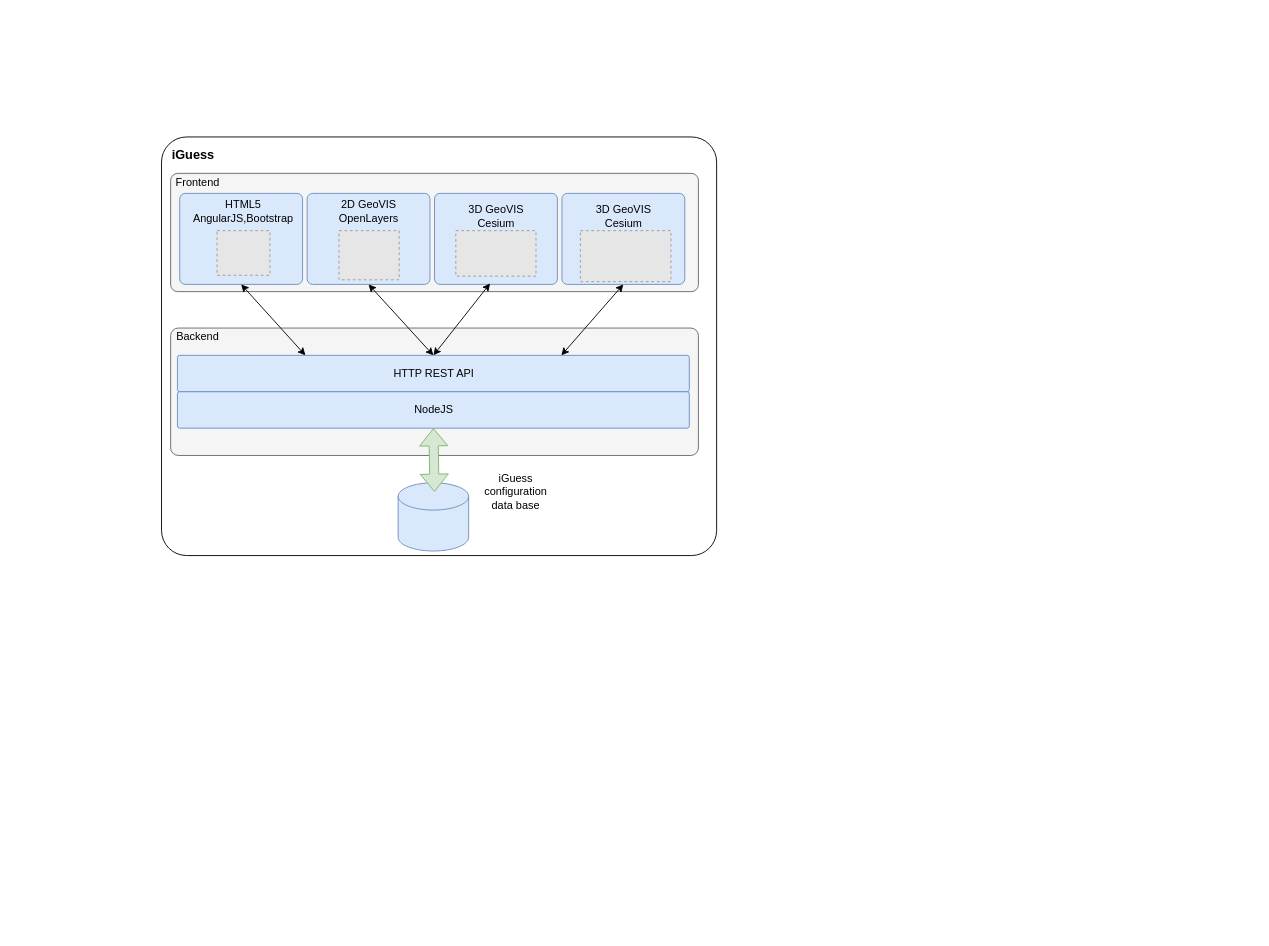
Before: IP_Meeting.drawio in christianbraun/secure_workflow, a draw.io diagram. Source tidied: cells renumbered, new cells numbered last; positions are measured from the earlier drawing's top-left corner, leaving out a move shared by most shapes. Both pictures are drawn from the tidied source at 91%, with x=0, y=0 at pixel (161, 136). Pictures stored in the file or linked from it are replaced by grey dashed boxes.
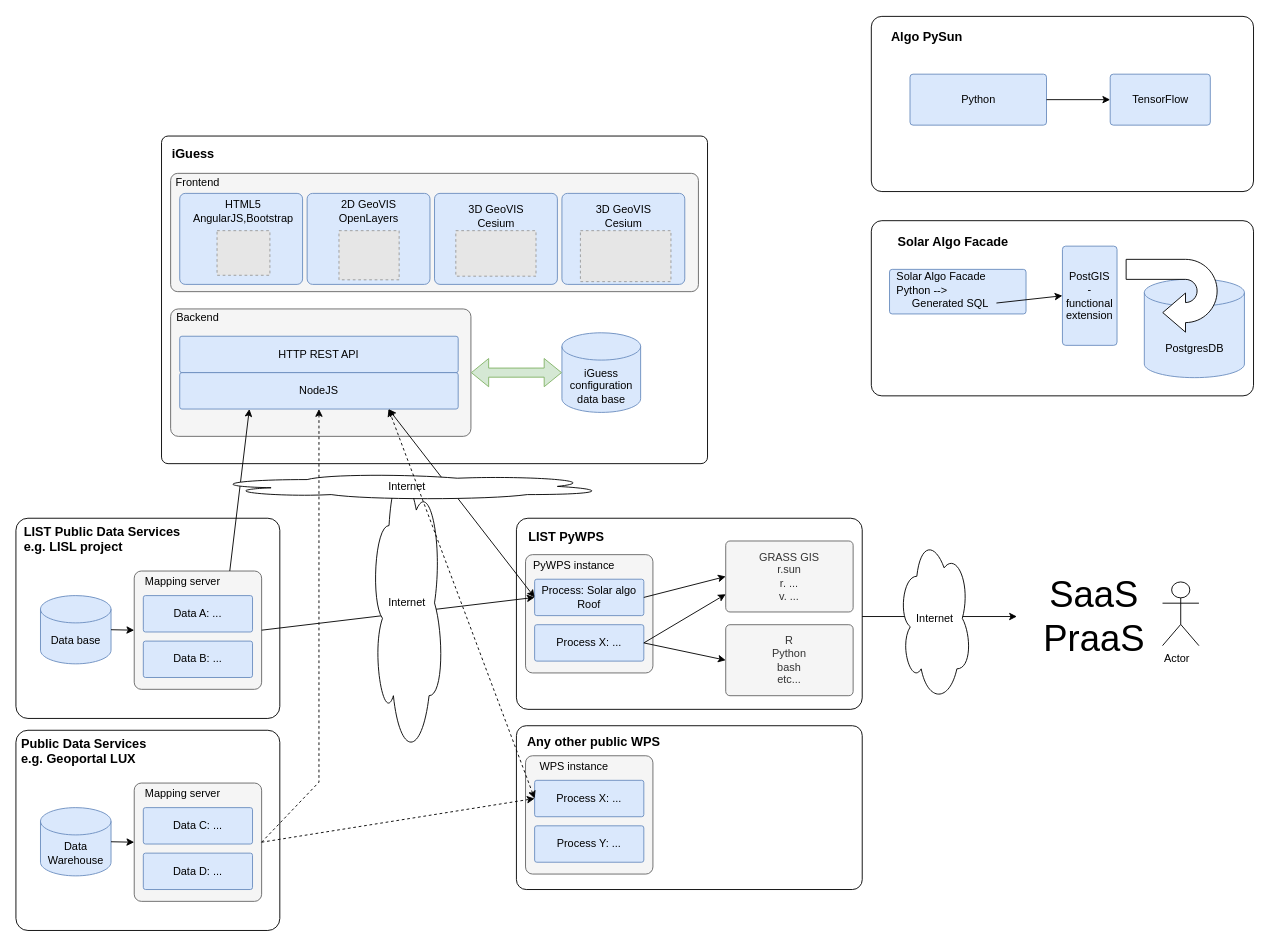
After the change.

Unchanged cells that the change refers to:
```xml
<mxCell id="6" style="rounded=1;whiteSpace=wrap;html=1;align=center;arcSize=6;fillColor=#dae8fc;strokeColor=#6c8ebf;" parent="1" vertex="1">
  <mxGeometry x="20" y="62" width="135" height="100" as="geometry" />
</mxCell>
<mxCell id="9" style="rounded=1;whiteSpace=wrap;html=1;align=center;arcSize=6;fillColor=#dae8fc;strokeColor=#6c8ebf;" parent="1" vertex="1">
  <mxGeometry x="160" y="62" width="135" height="100" as="geometry" />
</mxCell>
<mxCell id="12" style="rounded=1;whiteSpace=wrap;html=1;align=center;arcSize=6;fillColor=#dae8fc;strokeColor=#6c8ebf;" parent="1" vertex="1">
  <mxGeometry x="300" y="62" width="135" height="100" as="geometry" />
</mxCell>
<mxCell id="15" style="rounded=1;whiteSpace=wrap;html=1;align=center;arcSize=6;fillColor=#dae8fc;strokeColor=#6c8ebf;" parent="1" vertex="1">
  <mxGeometry x="440" y="62" width="135" height="100" as="geometry" />
</mxCell>
```

The edit, as a diff of the source:
```diff
@@
+    <mxCell id="29" style="rounded=1;whiteSpace=wrap;html=1;align=center;arcSize=6;" parent="1" vertex="1">
+      <mxGeometry x="780" y="92" width="420" height="192.5" as="geometry" />
+    </mxCell>
+    <mxCell id="30" style="rounded=1;whiteSpace=wrap;html=1;align=center;arcSize=6;" parent="1" vertex="1">
+      <mxGeometry x="390" y="419" width="380" height="210" as="geometry" />
+    </mxCell>
-    <mxCell id="2" style="rounded=1;whiteSpace=wrap;html=1;align=center;arcSize=6;" parent="1" vertex="1">
-      <mxGeometry width="610" height="460" as="geometry" />
+    <mxCell id="2" style="rounded=1;whiteSpace=wrap;html=1;align=center;arcSize=2;" parent="1" vertex="1">
+      <mxGeometry y="-1" width="600" height="360" as="geometry" />
     </mxCell>
     <mxCell id="3" value="iGuess" style="text;html=1;strokeColor=none;fillColor=none;align=center;verticalAlign=middle;whiteSpace=wrap;rounded=0;fontStyle=1;fontSize=14;" parent="1" vertex="1">
-      <mxGeometry x="10" y="10" width="50" height="20" as="geometry" />
+      <mxGeometry x="10" y="9" width="50" height="20" as="geometry" />
     </mxCell>
@@
     <mxCell id="18" style="rounded=1;whiteSpace=wrap;html=1;align=center;arcSize=6;fillColor=#f5f5f5;strokeColor=#666666;fontColor=#333333;" parent="1" vertex="1">
-      <mxGeometry x="10" y="210" width="580" height="140" as="geometry" />
+      <mxGeometry x="10" y="189" width="330" height="140" as="geometry" />
     </mxCell>
     <mxCell id="19" value="Backend" style="text;html=1;strokeColor=none;fillColor=none;align=center;verticalAlign=middle;whiteSpace=wrap;rounded=0;fontSize=12;fontStyle=0;" parent="1" vertex="1">
-      <mxGeometry x="10" y="210" width="60" height="20" as="geometry" />
+      <mxGeometry x="10" y="189" width="60" height="20" as="geometry" />
     </mxCell>
     <mxCell id="20" value="HTTP REST API" style="rounded=1;whiteSpace=wrap;html=1;align=center;arcSize=6;fillColor=#dae8fc;strokeColor=#6c8ebf;" parent="1" vertex="1">
-      <mxGeometry x="17.5" y="240" width="562.5" height="40" as="geometry" />
+      <mxGeometry x="20" y="219" width="306" height="40" as="geometry" />
     </mxCell>
     <mxCell id="21" value="NodeJS" style="rounded=1;whiteSpace=wrap;html=1;align=center;arcSize=6;fillColor=#dae8fc;strokeColor=#6c8ebf;" parent="1" vertex="1">
-      <mxGeometry x="17.5" y="280" width="562.5" height="40" as="geometry" />
+      <mxGeometry x="20" y="259" width="306" height="40" as="geometry" />
     </mxCell>
     <mxCell id="22" style="shape=cylinder3;whiteSpace=wrap;html=1;boundedLbl=1;backgroundOutline=1;size=15;fontSize=12;fillColor=#dae8fc;strokeColor=#6c8ebf;" parent="1" vertex="1">
-      <mxGeometry x="260" y="380" width="77.5" height="75" as="geometry" />
+      <mxGeometry x="440" y="215.2" width="86.5" height="87.5" as="geometry" />
     </mxCell>
     <mxCell id="23" value="iGuess configuration data base" style="text;html=1;strokeColor=none;fillColor=none;align=center;verticalAlign=middle;whiteSpace=wrap;rounded=0;fontSize=12;fontStyle=0;" parent="1" vertex="1">
-      <mxGeometry x="342.5" y="365" width="92.5" height="50" as="geometry" />
+      <mxGeometry x="437" y="249" width="92.5" height="50" as="geometry" />
     </mxCell>
-    <mxCell id="24" style="shape=flexArrow;endArrow=classic;startArrow=classic;html=1;fontSize=12;entryX=0.5;entryY=1;entryDx=0;entryDy=0;fillColor=#d5e8d4;strokeColor=#82b366;" parent="1" edge="1" target="21">
-      <mxGeometry relative="1" as="geometry">
-        <mxPoint x="300" y="390" as="sourcePoint" />
-      </mxGeometry>
+    <mxCell id="24" style="shape=flexArrow;endArrow=classic;startArrow=classic;html=1;fontSize=12;entryX=1;entryY=0.5;entryDx=0;entryDy=0;fillColor=#d5e8d4;strokeColor=#82b366;exitX=0;exitY=0.5;exitDx=0;exitDy=0;exitPerimeter=0;" parent="1" edge="1" source="22" target="18">
+      <mxGeometry relative="1" as="geometry" />
     </mxCell>
-    <mxCell id="25" style="endArrow=classic;startArrow=classic;html=1;fontSize=12;entryX=0.25;entryY=0;entryDx=0;entryDy=0;exitX=0.5;exitY=1;exitDx=0;exitDy=0;" parent="1" edge="1" source="6" target="20">
-      <mxGeometry relative="1" as="geometry" />
-    </mxCell>
-    <mxCell id="26" style="endArrow=classic;startArrow=classic;html=1;fontSize=12;entryX=0.5;entryY=0;entryDx=0;entryDy=0;exitX=0.5;exitY=1;exitDx=0;exitDy=0;" parent="1" edge="1" source="9" target="20">
-      <mxGeometry relative="1" as="geometry" />
-    </mxCell>
-    <mxCell id="27" style="endArrow=classic;startArrow=classic;html=1;fontSize=12;entryX=0.452;entryY=0.99;entryDx=0;entryDy=0;exitX=0.5;exitY=0;exitDx=0;exitDy=0;entryPerimeter=0;" parent="1" edge="1" source="20" target="12">
-      <mxGeometry relative="1" as="geometry" />
-    </mxCell>
-    <mxCell id="28" style="endArrow=classic;startArrow=classic;html=1;fontSize=12;entryX=0.5;entryY=1;entryDx=0;entryDy=0;exitX=0.75;exitY=0;exitDx=0;exitDy=0;" parent="1" edge="1" source="20" target="15">
-      <mxGeometry relative="1" as="geometry" />
-    </mxCell>
+    <mxCell id="31" value="LIST PyWPS" style="text;html=1;strokeColor=none;fillColor=none;align=center;verticalAlign=middle;whiteSpace=wrap;rounded=0;fontStyle=1;fontSize=14;" parent="1" vertex="1">
+      <mxGeometry x="400" y="429" width="90" height="20" as="geometry" />
+    </mxCell>
+    <mxCell id="32" style="rounded=1;whiteSpace=wrap;html=1;align=center;arcSize=6;fillColor=#f5f5f5;strokeColor=#666666;fontColor=#333333;" parent="1" vertex="1">
+      <mxGeometry x="400" y="459" width="140" height="130" as="geometry" />
+    </mxCell>
+    <mxCell id="33" value="PyWPS instance" style="text;html=1;strokeColor=none;fillColor=none;align=center;verticalAlign=middle;whiteSpace=wrap;rounded=0;fontSize=12;fontStyle=0;" parent="1" vertex="1">
+      <mxGeometry x="406" y="461" width="95" height="20" as="geometry" />
+    </mxCell>
+    <mxCell id="34" value="Process: Solar algo Roof" style="rounded=1;whiteSpace=wrap;html=1;align=center;arcSize=6;fillColor=#dae8fc;strokeColor=#6c8ebf;" parent="1" vertex="1">
+      <mxGeometry x="410" y="486" width="120" height="40" as="geometry" />
+    </mxCell>
+    <mxCell id="35" value="Process X: ..." style="rounded=1;whiteSpace=wrap;html=1;align=center;arcSize=6;fillColor=#dae8fc;strokeColor=#6c8ebf;" parent="1" vertex="1">
+      <mxGeometry x="410" y="536" width="120" height="40" as="geometry" />
+    </mxCell>
+    <mxCell id="36" value="GRASS GIS&lt;br&gt;r.sun&lt;br&gt;r. ...&lt;br&gt;v. ..." style="rounded=1;whiteSpace=wrap;html=1;align=center;arcSize=6;fillColor=#f5f5f5;strokeColor=#666666;fontColor=#333333;" parent="1" vertex="1">
+      <mxGeometry x="620" y="444" width="140" height="78" as="geometry" />
+    </mxCell>
+    <mxCell id="37" style="endArrow=classic;html=1;exitX=1;exitY=0.5;exitDx=0;exitDy=0;entryX=0;entryY=0.5;entryDx=0;entryDy=0;" parent="1" edge="1" source="35" target="38">
+      <mxGeometry relative="1" as="geometry" />
+    </mxCell>
+    <mxCell id="38" value="R&lt;br&gt;Python&lt;br&gt;bash&lt;br&gt;etc..." style="rounded=1;whiteSpace=wrap;html=1;align=center;arcSize=6;fillColor=#f5f5f5;strokeColor=#666666;fontColor=#333333;" parent="1" vertex="1">
+      <mxGeometry x="620" y="536" width="140" height="78" as="geometry" />
+    </mxCell>
+    <mxCell id="39" style="rounded=1;whiteSpace=wrap;html=1;align=center;arcSize=6;" parent="1" vertex="1">
+      <mxGeometry x="390" y="647" width="380" height="180" as="geometry" />
+    </mxCell>
+    <mxCell id="40" value="Any other public WPS" style="text;html=1;strokeColor=none;fillColor=none;align=left;verticalAlign=middle;whiteSpace=wrap;rounded=0;fontStyle=1;fontSize=14;" parent="1" vertex="1">
+      <mxGeometry x="400.2" y="655" width="170" height="20" as="geometry" />
+    </mxCell>
+    <mxCell id="41" style="rounded=1;whiteSpace=wrap;html=1;align=center;arcSize=6;fillColor=#f5f5f5;strokeColor=#666666;fontColor=#333333;" parent="1" vertex="1">
+      <mxGeometry x="400" y="680" width="140" height="130" as="geometry" />
+    </mxCell>
+    <mxCell id="42" value="WPS instance" style="text;html=1;strokeColor=none;fillColor=none;align=center;verticalAlign=middle;whiteSpace=wrap;rounded=0;fontSize=12;fontStyle=0;" parent="1" vertex="1">
+      <mxGeometry x="406" y="682" width="95" height="20" as="geometry" />
+    </mxCell>
+    <mxCell id="43" value="Process X: ..." style="rounded=1;whiteSpace=wrap;html=1;align=center;arcSize=6;fillColor=#dae8fc;strokeColor=#6c8ebf;" parent="1" vertex="1">
+      <mxGeometry x="410" y="707" width="120" height="40" as="geometry" />
+    </mxCell>
+    <mxCell id="44" value="Process Y: ..." style="rounded=1;whiteSpace=wrap;html=1;align=center;arcSize=6;fillColor=#dae8fc;strokeColor=#6c8ebf;" parent="1" vertex="1">
+      <mxGeometry x="410" y="757" width="120" height="40" as="geometry" />
+    </mxCell>
+    <mxCell id="45" style="rounded=1;whiteSpace=wrap;html=1;align=center;arcSize=6;" parent="1" vertex="1">
+      <mxGeometry x="-160" y="652" width="290" height="220" as="geometry" />
+    </mxCell>
+    <mxCell id="46" value="Public Data Services&lt;br&gt;e.g. Geoportal LUX" style="text;html=1;strokeColor=none;fillColor=none;align=left;verticalAlign=middle;whiteSpace=wrap;rounded=0;fontStyle=1;fontSize=14;" parent="1" vertex="1">
+      <mxGeometry x="-156" y="663" width="160" height="24" as="geometry" />
+    </mxCell>
+    <mxCell id="47" style="rounded=1;whiteSpace=wrap;html=1;align=center;arcSize=6;fillColor=#f5f5f5;strokeColor=#666666;fontColor=#333333;" parent="1" vertex="1">
+      <mxGeometry x="-30" y="710" width="140" height="130" as="geometry" />
+    </mxCell>
+    <mxCell id="48" value="Mapping server" style="text;html=1;strokeColor=none;fillColor=none;align=center;verticalAlign=middle;whiteSpace=wrap;rounded=0;fontSize=12;fontStyle=0;" parent="1" vertex="1">
+      <mxGeometry x="-24" y="712" width="95" height="20" as="geometry" />
+    </mxCell>
+    <mxCell id="49" value="Data C: ..." style="rounded=1;whiteSpace=wrap;html=1;align=center;arcSize=6;fillColor=#dae8fc;strokeColor=#6c8ebf;" parent="1" vertex="1">
+      <mxGeometry x="-20" y="737" width="120" height="40" as="geometry" />
+    </mxCell>
+    <mxCell id="50" value="Data D: ..." style="rounded=1;whiteSpace=wrap;html=1;align=center;arcSize=6;fillColor=#dae8fc;strokeColor=#6c8ebf;" parent="1" vertex="1">
+      <mxGeometry x="-20" y="787" width="120" height="40" as="geometry" />
+    </mxCell>
+    <mxCell id="51" value="Data Warehouse" style="shape=cylinder3;whiteSpace=wrap;html=1;boundedLbl=1;backgroundOutline=1;size=15;fontSize=12;fillColor=#dae8fc;strokeColor=#6c8ebf;" parent="1" vertex="1">
+      <mxGeometry x="-133" y="737" width="77.5" height="75" as="geometry" />
+    </mxCell>
+    <mxCell id="52" style="endArrow=classic;html=1;exitX=1;exitY=0.5;exitDx=0;exitDy=0;exitPerimeter=0;entryX=0;entryY=0.5;entryDx=0;entryDy=0;" parent="1" edge="1" source="51" target="47">
+      <mxGeometry relative="1" as="geometry" />
+    </mxCell>
+    <mxCell id="53" style="rounded=1;whiteSpace=wrap;html=1;align=center;arcSize=6;" parent="1" vertex="1">
+      <mxGeometry x="-160" y="419" width="290" height="220" as="geometry" />
+    </mxCell>
+    <mxCell id="54" value="LIST Public Data Services&lt;br&gt;e.g. LISL project" style="text;html=1;strokeColor=none;fillColor=none;align=left;verticalAlign=middle;whiteSpace=wrap;rounded=0;fontStyle=1;fontSize=14;" parent="1" vertex="1">
+      <mxGeometry x="-153" y="430" width="190" height="24" as="geometry" />
+    </mxCell>
+    <mxCell id="55" style="rounded=1;whiteSpace=wrap;html=1;align=center;arcSize=6;fillColor=#f5f5f5;strokeColor=#666666;fontColor=#333333;" parent="1" vertex="1">
+      <mxGeometry x="-30" y="477" width="140" height="130" as="geometry" />
+    </mxCell>
+    <mxCell id="56" value="Mapping server" style="text;html=1;strokeColor=none;fillColor=none;align=center;verticalAlign=middle;whiteSpace=wrap;rounded=0;fontSize=12;fontStyle=0;" parent="1" vertex="1">
+      <mxGeometry x="-24" y="479" width="95" height="20" as="geometry" />
+    </mxCell>
+    <mxCell id="57" value="Data A: ..." style="rounded=1;whiteSpace=wrap;html=1;align=center;arcSize=6;fillColor=#dae8fc;strokeColor=#6c8ebf;" parent="1" vertex="1">
+      <mxGeometry x="-20" y="504" width="120" height="40" as="geometry" />
+    </mxCell>
+    <mxCell id="58" value="Data B: ..." style="rounded=1;whiteSpace=wrap;html=1;align=center;arcSize=6;fillColor=#dae8fc;strokeColor=#6c8ebf;" parent="1" vertex="1">
+      <mxGeometry x="-20" y="554" width="120" height="40" as="geometry" />
+    </mxCell>
+    <mxCell id="59" value="Data base" style="shape=cylinder3;whiteSpace=wrap;html=1;boundedLbl=1;backgroundOutline=1;size=15;fontSize=12;fillColor=#dae8fc;strokeColor=#6c8ebf;" parent="1" vertex="1">
+      <mxGeometry x="-133" y="504" width="77.5" height="75" as="geometry" />
+    </mxCell>
+    <mxCell id="60" style="endArrow=classic;html=1;exitX=1;exitY=0.5;exitDx=0;exitDy=0;exitPerimeter=0;entryX=0;entryY=0.5;entryDx=0;entryDy=0;" parent="1" edge="1" source="59" target="55">
+      <mxGeometry relative="1" as="geometry" />
+    </mxCell>
+    <mxCell id="61" style="endArrow=classic;html=1;exitX=0.75;exitY=0;exitDx=0;exitDy=0;entryX=0.25;entryY=1;entryDx=0;entryDy=0;" parent="1" edge="1" source="55" target="21">
+      <mxGeometry relative="1" as="geometry" />
+    </mxCell>
+    <mxCell id="62" style="endArrow=classic;html=1;entryX=0.75;entryY=1;entryDx=0;entryDy=0;exitX=0;exitY=0.5;exitDx=0;exitDy=0;startArrow=classic;startFill=1;" parent="1" edge="1" source="34" target="21">
+      <mxGeometry relative="1" as="geometry" />
+    </mxCell>
+    <mxCell id="63" style="endArrow=classic;html=1;exitX=1;exitY=0.5;exitDx=0;exitDy=0;entryX=0;entryY=0.5;entryDx=0;entryDy=0;" parent="1" edge="1" source="55" target="34">
+      <mxGeometry relative="1" as="geometry" />
+    </mxCell>
+    <mxCell id="64" style="endArrow=classic;html=1;exitX=1;exitY=0.5;exitDx=0;exitDy=0;entryX=0;entryY=0.5;entryDx=0;entryDy=0;" parent="1" edge="1" source="34" target="36">
+      <mxGeometry relative="1" as="geometry" />
+    </mxCell>
+    <mxCell id="65" style="endArrow=classic;html=1;exitX=1;exitY=0.5;exitDx=0;exitDy=0;entryX=0;entryY=0.75;entryDx=0;entryDy=0;" parent="1" edge="1" source="35" target="36">
+      <mxGeometry relative="1" as="geometry" />
+    </mxCell>
+    <mxCell id="66" value="Internet" style="ellipse;shape=cloud;whiteSpace=wrap;html=1;" parent="1" vertex="1">
+      <mxGeometry x="230" y="342" width="80" height="340" as="geometry" />
+    </mxCell>
+    <mxCell id="67" value="Internet" style="ellipse;shape=cloud;whiteSpace=wrap;html=1;align=center;" parent="1" vertex="1">
+      <mxGeometry x="50" y="369" width="440" height="30" as="geometry" />
+    </mxCell>
+    <mxCell id="68" style="endArrow=classic;html=1;exitX=1;exitY=0.5;exitDx=0;exitDy=0;" parent="1" edge="1">
+      <mxGeometry relative="1" as="geometry">
+        <mxPoint x="770" y="527" as="sourcePoint" />
+        <mxPoint x="940" y="527" as="targetPoint" />
+      </mxGeometry>
+    </mxCell>
+    <mxCell id="69" value="Internet" style="ellipse;shape=cloud;whiteSpace=wrap;html=1;" parent="1" vertex="1">
+      <mxGeometry x="810" y="436.5" width="80" height="185" as="geometry" />
+    </mxCell>
+    <mxCell id="70" value="&lt;font style=&quot;font-size: 40px&quot;&gt;SaaS&lt;br&gt;PraaS&lt;br&gt;&lt;/font&gt;" style="text;html=1;strokeColor=none;fillColor=none;align=center;verticalAlign=middle;whiteSpace=wrap;rounded=0;" parent="1" vertex="1">
+      <mxGeometry x="970" y="481" width="110" height="90" as="geometry" />
+    </mxCell>
+    <mxCell id="71" value="Actor" style="shape=umlActor;verticalLabelPosition=bottom;verticalAlign=top;html=1;align=left;" parent="1" vertex="1">
+      <mxGeometry x="1100" y="489" width="40" height="70" as="geometry" />
+    </mxCell>
+    <mxCell id="72" value="Solar Algo Facade" style="text;html=1;strokeColor=none;fillColor=none;align=center;verticalAlign=middle;whiteSpace=wrap;rounded=0;fontStyle=1;fontSize=14;" parent="1" vertex="1">
+      <mxGeometry x="800" y="104.5" width="140" height="20" as="geometry" />
+    </mxCell>
+    <mxCell id="73" style="rounded=1;whiteSpace=wrap;html=1;align=center;arcSize=6;fillColor=#dae8fc;strokeColor=#6c8ebf;" parent="1" vertex="1">
+      <mxGeometry x="800" y="145.5" width="150" height="49" as="geometry" />
+    </mxCell>
+    <mxCell id="74" value="Solar Algo Facade&lt;br&gt;Python --&amp;gt;&amp;nbsp;" style="text;html=1;strokeColor=none;fillColor=none;align=left;verticalAlign=middle;whiteSpace=wrap;rounded=0;fontSize=12;fontStyle=0;" parent="1" vertex="1">
+      <mxGeometry x="806" y="150.5" width="124" height="20" as="geometry" />
+    </mxCell>
+    <mxCell id="75" value="Generated SQL" style="text;html=1;strokeColor=none;fillColor=none;align=left;verticalAlign=middle;whiteSpace=wrap;rounded=0;fontSize=12;fontStyle=0;" parent="1" vertex="1">
+      <mxGeometry x="822.5" y="172.5" width="95" height="20" as="geometry" />
+    </mxCell>
+    <mxCell id="76" style="endArrow=classic;html=1;exitX=1;exitY=0.5;exitDx=0;exitDy=0;entryX=0;entryY=0.5;entryDx=0;entryDy=0;" parent="1" edge="1" source="75" target="78">
+      <mxGeometry relative="1" as="geometry" />
+    </mxCell>
+    <mxCell id="77" style="shape=cylinder3;whiteSpace=wrap;html=1;boundedLbl=1;backgroundOutline=1;size=15;fontSize=12;fillColor=#dae8fc;strokeColor=#6c8ebf;" parent="1" vertex="1">
+      <mxGeometry x="1080" y="156" width="110" height="108.5" as="geometry" />
+    </mxCell>
+    <mxCell id="78" value="PostGIS&lt;br&gt;-&lt;br&gt;functional&lt;br&gt;extension" style="rounded=1;whiteSpace=wrap;html=1;align=center;arcSize=6;fillColor=#dae8fc;strokeColor=#6c8ebf;" parent="1" vertex="1">
+      <mxGeometry x="990" y="120" width="60" height="109" as="geometry" />
+    </mxCell>
+    <mxCell id="79" style="html=1;shadow=0;dashed=0;align=center;verticalAlign=middle;shape=mxgraph.arrows2.uTurnArrow;dy=11;arrowHead=43;dx2=25;rotation=0;flipH=1;flipV=1;" parent="1" vertex="1">
+      <mxGeometry x="1060" y="134.5" width="100" height="80" as="geometry" />
+    </mxCell>
+    <mxCell id="80" value="PostgresDB" style="text;html=1;strokeColor=none;fillColor=none;align=center;verticalAlign=middle;whiteSpace=wrap;rounded=0;fontSize=12;fontStyle=0;" parent="1" vertex="1">
+      <mxGeometry x="1088.8" y="208" width="92.5" height="50" as="geometry" />
+    </mxCell>
+    <mxCell id="81" style="rounded=1;whiteSpace=wrap;html=1;align=center;arcSize=6;" parent="1" vertex="1">
+      <mxGeometry x="780" y="-132.5" width="420" height="192.5" as="geometry" />
+    </mxCell>
+    <mxCell id="82" value="Algo PySun" style="text;html=1;strokeColor=none;fillColor=none;align=left;verticalAlign=middle;whiteSpace=wrap;rounded=0;fontStyle=1;fontSize=14;" parent="1" vertex="1">
+      <mxGeometry x="800" y="-120" width="140" height="20" as="geometry" />
+    </mxCell>
+    <mxCell id="83" value="Python" style="rounded=1;whiteSpace=wrap;html=1;align=center;arcSize=6;fillColor=#dae8fc;strokeColor=#6c8ebf;" parent="1" vertex="1">
+      <mxGeometry x="822.5" y="-69" width="150" height="56" as="geometry" />
+    </mxCell>
+    <mxCell id="84" style="endArrow=classic;html=1;exitX=1;exitY=0.5;exitDx=0;exitDy=0;entryX=0;entryY=0.5;entryDx=0;entryDy=0;" parent="1" edge="1" source="83" target="85">
+      <mxGeometry relative="1" as="geometry" />
+    </mxCell>
+    <mxCell id="85" value="TensorFlow" style="rounded=1;whiteSpace=wrap;html=1;align=center;arcSize=6;fillColor=#dae8fc;strokeColor=#6c8ebf;" parent="1" vertex="1">
+      <mxGeometry x="1042.5" y="-69" width="110" height="56" as="geometry" />
+    </mxCell>
+    <mxCell id="86" style="endArrow=classic;html=1;exitX=1;exitY=0.5;exitDx=0;exitDy=0;entryX=0;entryY=0.5;entryDx=0;entryDy=0;dashed=1;" parent="1" edge="1" source="47" target="43">
+      <mxGeometry relative="1" as="geometry" />
+    </mxCell>
+    <mxCell id="87" style="endArrow=classic;html=1;exitX=0;exitY=0.5;exitDx=0;exitDy=0;dashed=1;entryX=0.75;entryY=1;entryDx=0;entryDy=0;startArrow=classic;startFill=1;" parent="1" edge="1" source="43" target="21">
+      <mxGeometry relative="1" as="geometry" />
+    </mxCell>
+    <mxCell id="88" style="endArrow=classic;html=1;exitX=1;exitY=0.5;exitDx=0;exitDy=0;entryX=0.5;entryY=1;entryDx=0;entryDy=0;dashed=1;rounded=0;" parent="1" edge="1" source="47" target="21">
+      <mxGeometry relative="1" as="geometry">
+        <Array as="points">
+          <mxPoint x="173" y="709" />
+        </Array>
+      </mxGeometry>
+    </mxCell>
```
